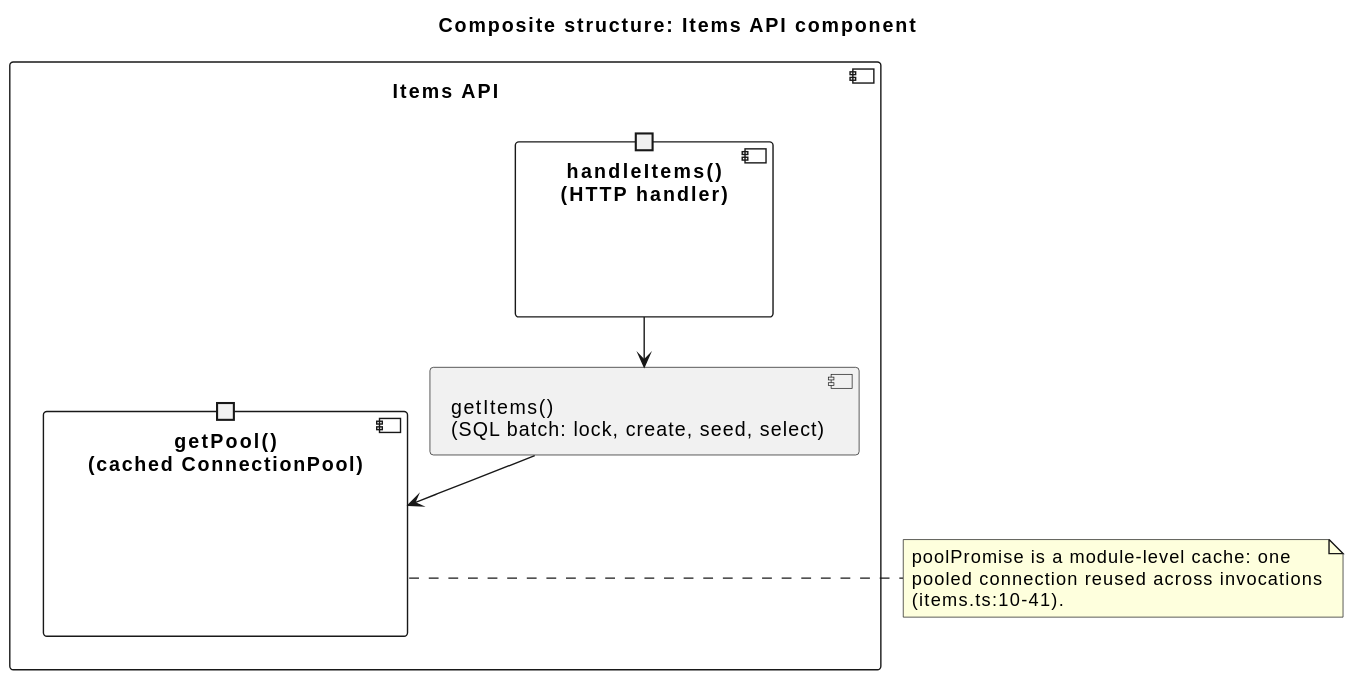
Earlier version of the PlantUML export uml/structure/4-composite-structure.svg (wolffy-au/frictionless-sample-azure).
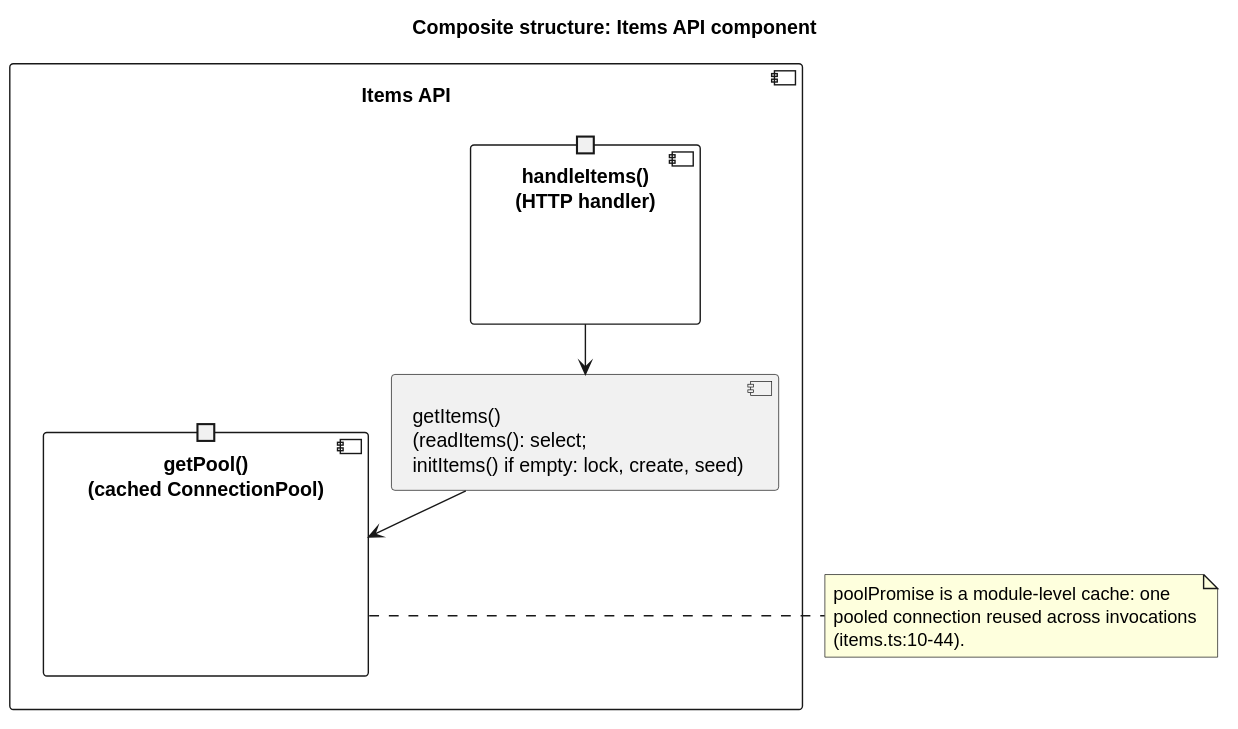
The same diagram one commit later.

What changed in the source:
```diff
@@ -5,7 +5,7 @@
   component "handleItems()\n(HTTP handler)" as Handler {
     port " " as HttpPort
   }
-  component "getItems()\n(SQL batch: lock, create, seed, select)" as GetItems
+  component "getItems()\n(readItems(): select;\ninitItems() if empty: lock, create, seed)" as GetItems
   component "getPool()\n(cached ConnectionPool)" as Pool {
     port " " as SqlPort
   }
@@ -17,6 +17,6 @@
 note right of Pool
   poolPromise is a module-level cache: one
   pooled connection reused across invocations
-  (items.ts:10-41).
+  (items.ts:10-44).
 end note
 @enduml
```
